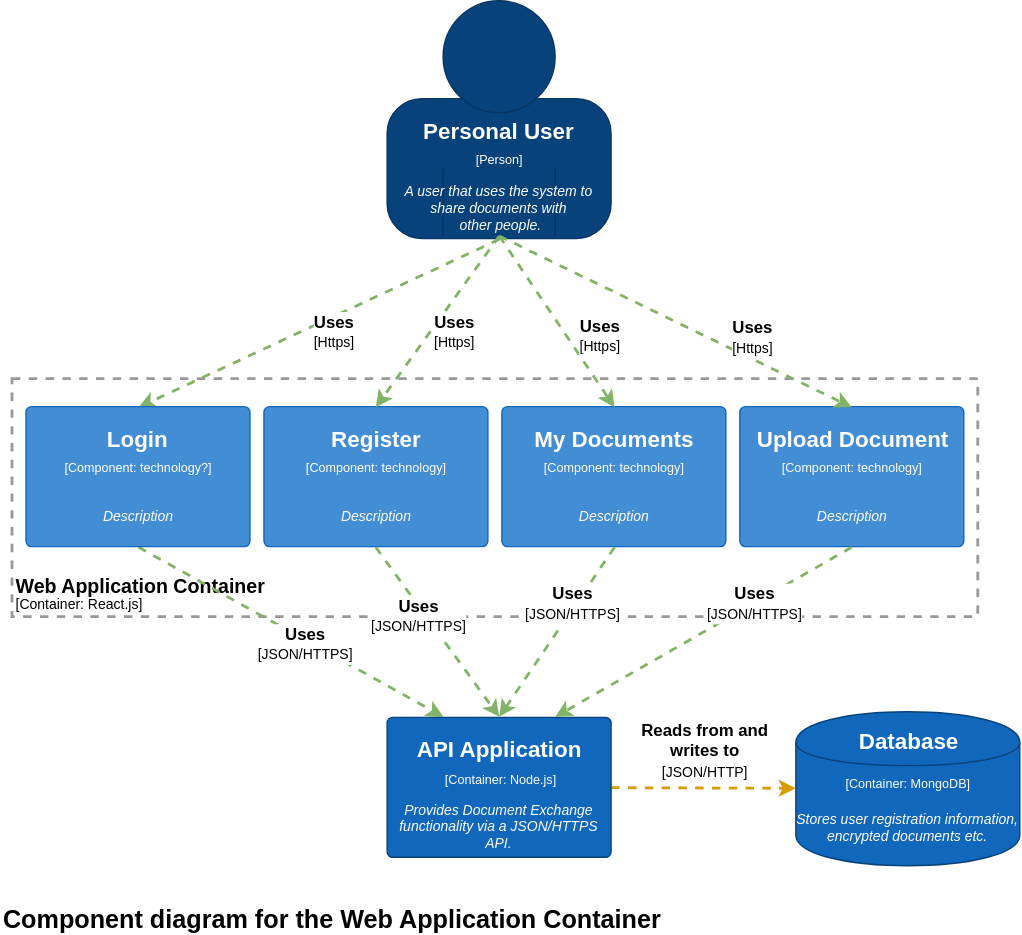
Before: Documentation/Architecture/Level3-WebApplication-Components.svg, a diagram exported from draw.io (kkolodziejczak/PBAI). Source tidied: cells renumbered, new cells last; positions are measured from the earlier drawing's top-left corner, leaving out a move shared by most shapes.
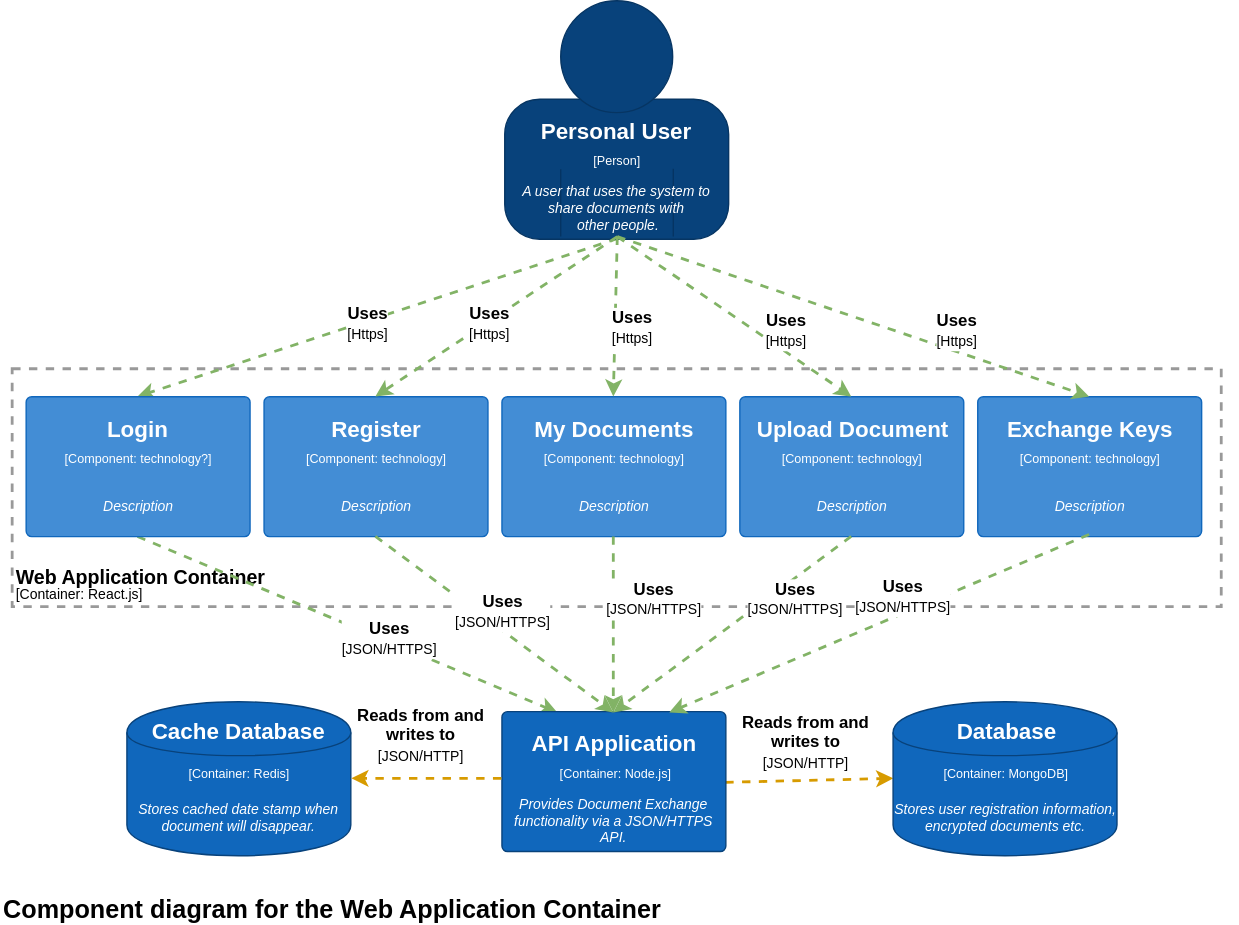
Later version of the same file.

Commit message:
Update database usecases for web application

The edit, as a diff of the source:
```diff
@@ -3,10 +3,10 @@
     <mxCell id="0" />
     <mxCell id="1" parent="0" />
     <mxCell id="2" value="&lt;p style=&quot;line-height: 80%&quot;&gt;&lt;b&gt;Web Application Container&lt;/b&gt;&lt;br&gt;&lt;font style=&quot;font-size: 10px ; font-weight: normal&quot;&gt;[Container: React.js]&lt;/font&gt;&lt;br&gt;&lt;/p&gt;" style="rounded=0;whiteSpace=wrap;html=1;fillColor=none;fontSize=14;align=left;strokeWidth=2;strokeColor=#999999;verticalAlign=bottom;dashed=1;fontStyle=1;spacingBottom=-14;" parent="1" vertex="1">
-      <mxGeometry x="8" y="270" width="690" height="170" as="geometry" />
+      <mxGeometry x="8" y="270" width="864" height="170" as="geometry" />
     </mxCell>
     <mxCell id="3" value="&lt;div style=&quot;text-align: left&quot;&gt;&lt;span&gt;Component diagram for the Web Application Container&lt;/span&gt;&lt;/div&gt;" style="text;html=1;strokeColor=none;fillColor=none;align=left;verticalAlign=middle;whiteSpace=wrap;rounded=0;fontSize=18;fontStyle=1;" parent="1" vertex="1">
-      <mxGeometry y="647" width="728" height="20" as="geometry" />
+      <mxGeometry y="647" width="884" height="20" as="geometry" />
     </mxCell>
     <mxCell id="4" style="endArrow=classic;html=1;strokeWidth=2;dashed=1;strokeColor=#82b366;fontSize=14;fillColor=#d5e8d4;rounded=0;exitX=0.5;exitY=1;entryX=0.25;entryY=0;" parent="1" edge="1" source="23" target="47">
       <mxGeometry relative="1" as="geometry" />
@@ -33,7 +33,7 @@
       </mxGeometry>
     </mxCell>
     <mxCell id="10" style="group;" parent="1" vertex="1">
-      <mxGeometry x="276" width="160" height="170" as="geometry" />
+      <mxGeometry x="360" y="7.5" width="160" height="170" as="geometry" />
     </mxCell>
     <mxCell id="11" style="group;" parent="10" vertex="1">
       <mxGeometry width="160" height="170" as="geometry" />
@@ -147,7 +147,7 @@
       <mxGeometry y="58" width="160" height="40" as="geometry" />
     </mxCell>
     <mxCell id="45" style="group;fillColor=#ffffff;strokeColor=none;absoluteArcSize=1;" parent="1" vertex="1">
-      <mxGeometry x="276" y="512" width="160" height="100" as="geometry" />
+      <mxGeometry x="358" y="515" width="160" height="100" as="geometry" />
     </mxCell>
     <mxCell id="46" style="group;fillColor=none;" parent="45" vertex="1">
       <mxGeometry width="160" height="100" as="geometry" />
@@ -180,7 +180,7 @@
         <mxPoint x="31.5" y="-46.5" as="offset" />
       </mxGeometry>
     </mxCell>
-    <mxCell id="55" style="endArrow=classic;html=1;strokeWidth=2;dashed=1;strokeColor=#82b366;fontSize=14;fillColor=#d5e8d4;rounded=0;exitX=0.5;exitY=1;entryX=0.75;entryY=0;" parent="1" edge="1" source="41" target="47">
+    <mxCell id="55" style="endArrow=classic;html=1;strokeWidth=2;dashed=1;strokeColor=#82b366;fontSize=14;fillColor=#d5e8d4;rounded=0;exitX=0.5;exitY=1;entryX=0.5;entryY=0;" parent="1" edge="1" source="41" target="47">
       <mxGeometry relative="1" as="geometry" />
     </mxCell>
     <mxCell id="56" value="&lt;span&gt;&lt;b&gt;Uses&lt;/b&gt;&lt;br&gt;&lt;/span&gt;&lt;div&gt;&lt;font style=&quot;font-size: 10px&quot;&gt;[JSON/HTTPS]&lt;/font&gt;&lt;/div&gt;" style="text;html=1;align=center;verticalAlign=middle;labelBackgroundColor=#ffffff;" parent="55" vertex="1">
@@ -213,7 +213,7 @@
       </mxGeometry>
     </mxCell>
     <mxCell id="63" style="group;" parent="1" vertex="1">
-      <mxGeometry x="568" y="508" width="160" height="110" as="geometry" />
+      <mxGeometry x="637.5" y="508" width="160" height="110" as="geometry" />
     </mxCell>
     <mxCell id="64" style="group;" parent="63" vertex="1">
       <mxGeometry width="160" height="110" as="geometry" />
@@ -230,5 +230,65 @@
     <mxCell id="68" value="Database" style="text;html=1;strokeColor=none;fillColor=none;align=center;verticalAlign=middle;whiteSpace=wrap;rounded=0;fontColor=#FFFFFF;fontStyle=1;fontSize=16;" parent="64" vertex="1">
       <mxGeometry width="160" height="40" as="geometry" />
     </mxCell>
+    <mxCell id="69" style="group;fillColor=#ffffff;strokeColor=none;absoluteArcSize=1;" parent="1" vertex="1">
+      <mxGeometry x="698" y="290" width="160" height="100" as="geometry" />
+    </mxCell>
+    <mxCell id="70" style="group;fillColor=none;" parent="69" vertex="1">
+      <mxGeometry width="160" height="100" as="geometry" />
+    </mxCell>
+    <mxCell id="71" style="rounded=1;whiteSpace=wrap;html=1;fillColor=#438DD5;strokeColor=#1067BC;arcSize=4;" parent="70" vertex="1">
+      <mxGeometry width="160" height="100" as="geometry" />
+    </mxCell>
+    <mxCell id="72" value="Exchange Keys" style="text;html=1;strokeColor=none;fillColor=none;align=center;verticalAlign=middle;whiteSpace=wrap;rounded=0;fontColor=#FFFFFF;fontStyle=1;fontSize=16;" parent="69" vertex="1">
+      <mxGeometry y="12" width="160" height="21" as="geometry" />
+    </mxCell>
+    <mxCell id="73" value="&lt;font style=&quot;font-size: 9px&quot;&gt;[&lt;span&gt;Component&lt;/span&gt;&lt;span&gt;:&amp;nbsp;technology&lt;/span&gt;]&lt;/font&gt;&lt;br&gt;" style="text;html=1;strokeColor=none;fillColor=none;align=center;verticalAlign=middle;whiteSpace=wrap;rounded=0;fontSize=12;fontColor=#FFFFFF;" parent="69" vertex="1">
+      <mxGeometry y="32" width="160" height="21" as="geometry" />
+    </mxCell>
+    <mxCell id="74" value="&lt;i&gt;Description&lt;/i&gt;" style="text;strokeColor=none;fillColor=none;align=center;verticalAlign=middle;whiteSpace=wrap;rounded=0;fontSize=10;fontColor=#FFFFFF;html=1;spacing=1;" parent="69" vertex="1">
+      <mxGeometry y="58" width="160" height="40" as="geometry" />
+    </mxCell>
+    <mxCell id="75" style="endArrow=classic;html=1;strokeWidth=2;dashed=1;strokeColor=#82b366;rounded=0;fontSize=14;fillColor=#d5e8d4;entryX=0.5;entryY=0;exitX=0.5;exitY=1;" parent="1" edge="1" source="17" target="71">
+      <mxGeometry relative="1" as="geometry" />
+    </mxCell>
+    <mxCell id="76" value="&lt;span&gt;&lt;b&gt;&lt;font style=&quot;font-size: 12px&quot;&gt;Uses&lt;/font&gt;&lt;/b&gt;&lt;/span&gt;&lt;span&gt;&lt;br&gt;&lt;/span&gt;&lt;div&gt;&lt;font style=&quot;font-size: 10px&quot;&gt;[Https]&lt;/font&gt;&lt;/div&gt;" style="text;html=1;align=center;verticalAlign=middle;labelBackgroundColor=#ffffff;" parent="75" vertex="1">
+      <mxGeometry x="0.44" y="-3" relative="1" as="geometry">
+        <mxPoint x="1.5" y="-18.5" as="offset" />
+      </mxGeometry>
+    </mxCell>
+    <mxCell id="77" style="endArrow=classic;html=1;strokeWidth=2;dashed=1;strokeColor=#82b366;fontSize=14;fillColor=#d5e8d4;rounded=0;exitX=0.5;exitY=1;entryX=0.75;entryY=0;" parent="1" edge="1" source="74" target="47">
+      <mxGeometry relative="1" as="geometry" />
+    </mxCell>
+    <mxCell id="78" value="&lt;span&gt;&lt;b&gt;Uses&lt;/b&gt;&lt;br&gt;&lt;/span&gt;&lt;div&gt;&lt;font style=&quot;font-size: 10px&quot;&gt;[JSON/HTTPS]&lt;/font&gt;&lt;/div&gt;" style="text;html=1;align=center;verticalAlign=middle;labelBackgroundColor=#ffffff;" parent="77" vertex="1">
+      <mxGeometry x="0.44" y="-3" relative="1" as="geometry">
+        <mxPoint x="84" y="-45" as="offset" />
+      </mxGeometry>
+    </mxCell>
+    <mxCell id="79" style="group;" parent="1" vertex="1">
+      <mxGeometry x="90" y="508" width="160" height="110" as="geometry" />
+    </mxCell>
+    <mxCell id="80" style="group;" parent="79" vertex="1">
+      <mxGeometry width="160" height="110" as="geometry" />
+    </mxCell>
+    <mxCell id="81" style="shape=cylinder;whiteSpace=wrap;html=1;boundedLbl=1;backgroundOutline=1;rounded=1;strokeColor=#08427B;fillColor=#1067BC;fontSize=12;fontColor=#FFFFFF;align=center;" parent="80" vertex="1">
+      <mxGeometry width="160" height="110" as="geometry" />
+    </mxCell>
+    <mxCell id="82" value="&lt;i&gt;Stores cached date stamp when document will disappear.&lt;/i&gt;&lt;br&gt;" style="text;strokeColor=none;fillColor=none;align=center;verticalAlign=middle;whiteSpace=wrap;rounded=0;fontSize=10;fontColor=#FFFFFF;html=1;spacing=1;" parent="80" vertex="1">
+      <mxGeometry y="62.5" width="160" height="40" as="geometry" />
+    </mxCell>
+    <mxCell id="83" value="&lt;font style=&quot;font-size: 9px&quot;&gt;[Container: Redis]&lt;/font&gt;&lt;br&gt;" style="text;html=1;strokeColor=none;fillColor=none;align=center;verticalAlign=middle;whiteSpace=wrap;rounded=0;fontSize=12;fontColor=#FFFFFF;" parent="80" vertex="1">
+      <mxGeometry y="40" width="160" height="20" as="geometry" />
+    </mxCell>
+    <mxCell id="84" value="Cache Database" style="text;html=1;strokeColor=none;fillColor=none;align=center;verticalAlign=middle;whiteSpace=wrap;rounded=0;fontColor=#FFFFFF;fontStyle=1;fontSize=16;" parent="80" vertex="1">
+      <mxGeometry width="160" height="40" as="geometry" />
+    </mxCell>
+    <mxCell id="85" style="endArrow=classic;html=1;strokeWidth=2;dashed=1;strokeColor=#d79b00;rounded=0;fontSize=14;fontColor=#000000;exitX=0;exitY=0.75;fillColor=#ffe6cc;entryX=1;entryY=0.75;" parent="1" edge="1" source="49" target="83">
+      <mxGeometry relative="1" as="geometry" />
+    </mxCell>
+    <mxCell id="86" value="&lt;span&gt;&lt;b&gt;&lt;font style=&quot;font-size: 12px&quot;&gt;Reads from and &lt;br&gt;writes to&lt;/font&gt;&lt;/b&gt;&lt;/span&gt;&lt;span&gt;&lt;br&gt;&lt;/span&gt;&lt;div&gt;&lt;font style=&quot;font-size: 10px&quot;&gt;[JSON/HTTP&lt;/font&gt;&lt;span style=&quot;font-size: 10px&quot;&gt;]&lt;/span&gt;&lt;/div&gt;" style="text;html=1;align=center;verticalAlign=middle;labelBackgroundColor=#ffffff;" parent="85" vertex="1">
+      <mxGeometry x="0.44" y="-3" relative="1" as="geometry">
+        <mxPoint x="21" y="-28.5" as="offset" />
+      </mxGeometry>
+    </mxCell>
   </root>
 </mxGraphModel>
```
